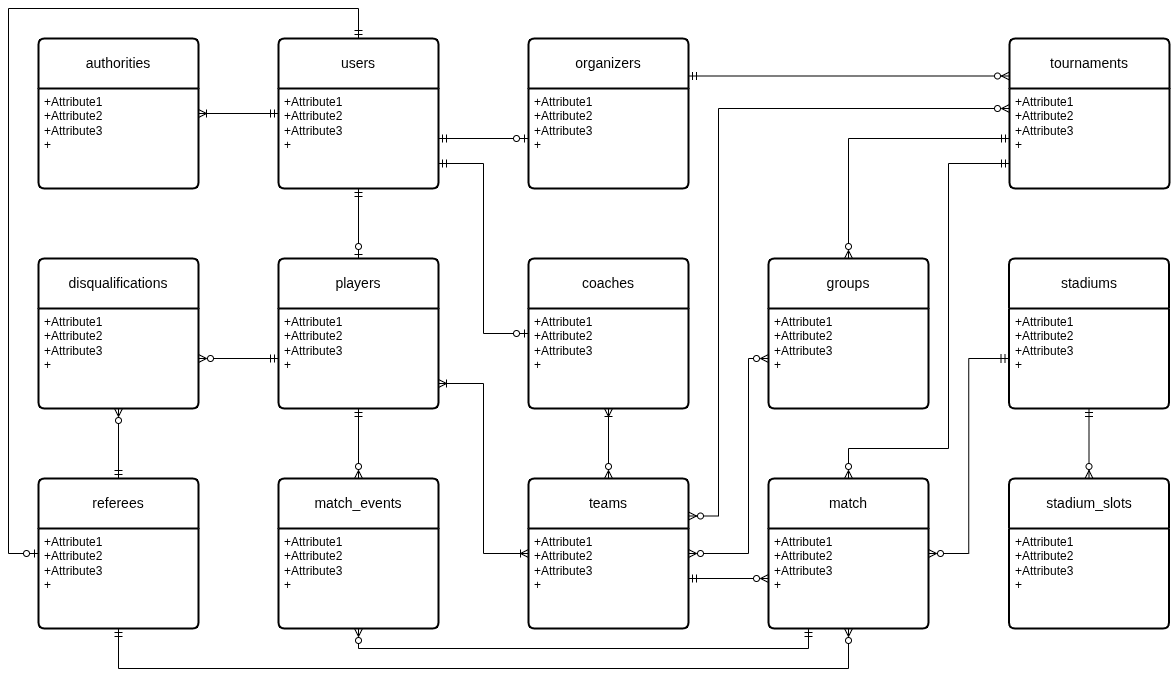
vodobryshkin/is-course-work-0 keeps this draw.io diagram as presentation/er-diagramm.png. Above is the earlier version. Source tidied: cells renumbered, new cells last; positions are measured from the earlier drawing's top-left corner, leaving out a move shared by most shapes.
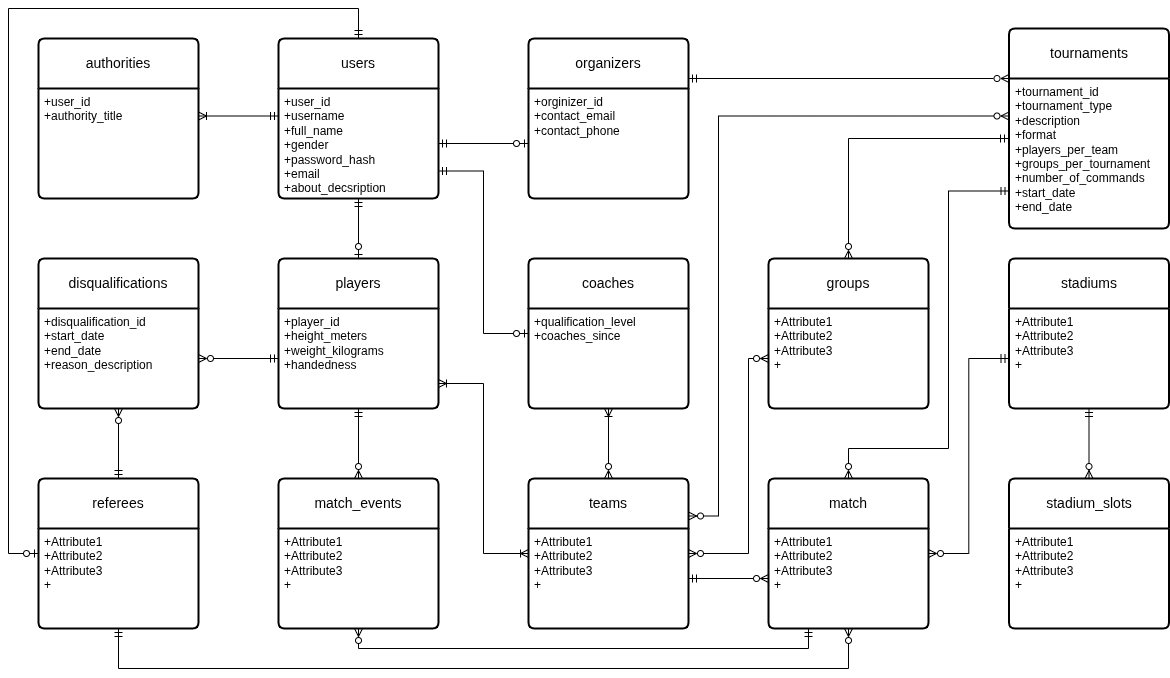
The same diagram one commit later.

Commit message:
Добавил атрибуты на часть сущностей

What changed in the source:
```diff
@@ -13,7 +13,7 @@
         <Array as="points">
           <mxPoint x="840" y="440" />
           <mxPoint x="940" y="440" />
-          <mxPoint x="940" y="155" />
+          <mxPoint x="940" y="183" />
         </Array>
       </mxGeometry>
     </mxCell>
@@ -42,13 +42,14 @@
       <mxGeometry y="50" width="160" height="100" as="geometry" />
     </mxCell>
     <mxCell id="13" value="tournaments" style="swimlane;horizontal=1;startSize=50;rounded=1;fontSize=14;fontStyle=0;strokeWidth=2;shadow=0;dashed=0;align=center;arcSize=4;whiteSpace=wrap;html=1;" parent="1" vertex="1">
-      <mxGeometry x="1001" y="30" width="160" height="150" as="geometry" />
+      <mxGeometry x="1000.5" y="20" width="160" height="200" as="geometry" />
     </mxCell>
-    <mxCell id="14" value="+Attribute1&lt;br&gt;+Attribute2&lt;br&gt;+Attribute3&lt;br&gt;+" style="align=left;strokeColor=none;fillColor=none;spacingLeft=4;fontSize=12;verticalAlign=top;html=1;" parent="13" vertex="1">
-      <mxGeometry y="50" width="160" height="100" as="geometry" />
+    <mxCell id="14" value="+tournament_id&lt;br&gt;+tournament_type&lt;br&gt;+description&lt;br&gt;+format&lt;br&gt;+players_per_team&lt;br&gt;+groups_per_tournament&lt;br&gt;+number_of_commands&lt;br&gt;+start_date&lt;br&gt;+end_date" style="align=left;strokeColor=none;fillColor=none;spacingLeft=4;fontSize=12;verticalAlign=top;html=1;" parent="13" vertex="1">
+      <mxGeometry y="50" width="160" height="150" as="geometry" />
     </mxCell>
-    <mxCell id="15" style="edgeStyle=orthogonalEdgeStyle;rounded=0;jettySize=auto;html=1;entryX=0;entryY=0.5;entryDx=0;entryDy=0;endArrow=ERmandOne;endFill=0;startArrow=ERzeroToMany;startFill=0;" parent="1" edge="1" source="16" target="14">
+    <mxCell id="15" style="edgeStyle=orthogonalEdgeStyle;rounded=0;jettySize=auto;html=1;endArrow=ERmandOne;endFill=0;startArrow=ERzeroToMany;startFill=0;" parent="1" edge="1" source="16">
       <mxGeometry relative="1" as="geometry">
+        <mxPoint x="1000" y="130" as="targetPoint" />
         <Array as="points">
           <mxPoint x="840" y="130" />
         </Array>
@@ -66,7 +67,7 @@
     <mxCell id="19" value="coaches" style="swimlane;horizontal=1;startSize=50;rounded=1;fontSize=14;fontStyle=0;strokeWidth=2;shadow=0;dashed=0;align=center;arcSize=4;whiteSpace=wrap;html=1;" parent="1" vertex="1">
       <mxGeometry x="520" y="250" width="160" height="150" as="geometry" />
     </mxCell>
-    <mxCell id="20" value="+Attribute1&lt;br&gt;+Attribute2&lt;br&gt;+Attribute3&lt;br&gt;+" style="align=left;strokeColor=none;fillColor=none;spacingLeft=4;fontSize=12;verticalAlign=top;html=1;" parent="19" vertex="1">
+    <mxCell id="20" value="+qualification_level&lt;br&gt;+coaches_since" style="align=left;strokeColor=none;fillColor=none;spacingLeft=4;fontSize=12;verticalAlign=top;html=1;" parent="19" vertex="1">
       <mxGeometry y="50" width="160" height="100" as="geometry" />
     </mxCell>
     <mxCell id="21" style="edgeStyle=orthogonalEdgeStyle;rounded=0;jettySize=auto;html=1;entryX=0.5;entryY=1;entryDx=0;entryDy=0;endArrow=ERzeroToMany;endFill=0;startArrow=ERmandOne;startFill=0;" parent="1" edge="1" source="23" target="34">
@@ -99,35 +100,35 @@
     <mxCell id="28" value="players" style="swimlane;horizontal=1;startSize=50;rounded=1;fontSize=14;fontStyle=0;strokeWidth=2;shadow=0;dashed=0;align=center;arcSize=4;whiteSpace=wrap;html=1;" parent="1" vertex="1">
       <mxGeometry x="270" y="250" width="160" height="150" as="geometry" />
     </mxCell>
-    <mxCell id="29" value="+Attribute1&lt;br&gt;+Attribute2&lt;br&gt;+Attribute3&lt;br&gt;+" style="align=left;strokeColor=none;fillColor=none;spacingLeft=4;fontSize=12;verticalAlign=top;html=1;" parent="28" vertex="1">
+    <mxCell id="29" value="+player_id&lt;br&gt;+height_meters&lt;br&gt;+weight_kilograms&lt;br&gt;+handedness" style="align=left;strokeColor=none;fillColor=none;spacingLeft=4;fontSize=12;verticalAlign=top;html=1;" parent="28" vertex="1">
       <mxGeometry y="50" width="160" height="100" as="geometry" />
     </mxCell>
     <mxCell id="30" style="edgeStyle=orthogonalEdgeStyle;rounded=0;jettySize=auto;html=1;entryX=0;entryY=0.25;entryDx=0;entryDy=0;exitX=1;exitY=0.25;exitDx=0;exitDy=0;startArrow=ERmandOne;startFill=0;endArrow=ERzeroToMany;endFill=0;" parent="1" edge="1" source="31" target="13">
       <mxGeometry relative="1" as="geometry" />
     </mxCell>
     <mxCell id="31" value="organizers" style="swimlane;horizontal=1;startSize=50;rounded=1;fontSize=14;fontStyle=0;strokeWidth=2;shadow=0;dashed=0;align=center;arcSize=4;whiteSpace=wrap;html=1;" parent="1" vertex="1">
-      <mxGeometry x="520" y="30" width="160" height="150" as="geometry" />
+      <mxGeometry x="520" y="30" width="160" height="160" as="geometry" />
     </mxCell>
-    <mxCell id="32" value="+Attribute1&lt;br&gt;+Attribute2&lt;br&gt;+Attribute3&lt;br&gt;+" style="align=left;strokeColor=none;fillColor=none;spacingLeft=4;fontSize=12;verticalAlign=top;html=1;" parent="31" vertex="1">
-      <mxGeometry y="50" width="160" height="100" as="geometry" />
+    <mxCell id="32" value="+orginizer_id&lt;br&gt;+contact_email&lt;br&gt;+contact_phone" style="align=left;strokeColor=none;fillColor=none;spacingLeft=4;fontSize=12;verticalAlign=top;html=1;" parent="31" vertex="1">
+      <mxGeometry y="50" width="160" height="110" as="geometry" />
     </mxCell>
     <mxCell id="33" value="disqualifications" style="swimlane;horizontal=1;startSize=50;rounded=1;fontSize=14;fontStyle=0;strokeWidth=2;shadow=0;dashed=0;align=center;arcSize=4;whiteSpace=wrap;html=1;" parent="1" vertex="1">
       <mxGeometry x="30" y="250" width="160" height="150" as="geometry" />
     </mxCell>
-    <mxCell id="34" value="+Attribute1&lt;br&gt;+Attribute2&lt;br&gt;+Attribute3&lt;br&gt;+" style="align=left;strokeColor=none;fillColor=none;spacingLeft=4;fontSize=12;verticalAlign=top;html=1;" parent="33" vertex="1">
+    <mxCell id="34" value="+disqualification_id&lt;br&gt;+start_date&lt;br&gt;+end_date&lt;br&gt;+reason_description" style="align=left;strokeColor=none;fillColor=none;spacingLeft=4;fontSize=12;verticalAlign=top;html=1;" parent="33" vertex="1">
       <mxGeometry y="50" width="160" height="100" as="geometry" />
     </mxCell>
     <mxCell id="35" value="authorities" style="swimlane;horizontal=1;startSize=50;rounded=1;fontSize=14;fontStyle=0;strokeWidth=2;shadow=0;dashed=0;align=center;arcSize=4;whiteSpace=wrap;html=1;" parent="1" vertex="1">
-      <mxGeometry x="30" y="30" width="160" height="150" as="geometry" />
+      <mxGeometry x="30" y="30" width="160" height="160" as="geometry" />
     </mxCell>
-    <mxCell id="36" value="+Attribute1&lt;br&gt;+Attribute2&lt;br&gt;+Attribute3&lt;br&gt;+" style="align=left;strokeColor=none;fillColor=none;spacingLeft=4;fontSize=12;verticalAlign=top;html=1;" parent="35" vertex="1">
-      <mxGeometry y="50" width="160" height="100" as="geometry" />
+    <mxCell id="36" value="+user_id&lt;br&gt;+authority_title" style="align=left;strokeColor=none;fillColor=none;spacingLeft=4;fontSize=12;verticalAlign=top;html=1;" parent="35" vertex="1">
+      <mxGeometry y="50" width="160" height="110" as="geometry" />
     </mxCell>
     <mxCell id="37" value="users" style="swimlane;horizontal=1;startSize=50;rounded=1;fontSize=14;fontStyle=0;strokeWidth=2;shadow=0;dashed=0;align=center;arcSize=4;whiteSpace=wrap;html=1;" parent="1" vertex="1">
-      <mxGeometry x="270" y="30" width="160" height="150" as="geometry" />
+      <mxGeometry x="270" y="30" width="160" height="160" as="geometry" />
     </mxCell>
-    <mxCell id="38" value="+Attribute1&lt;br&gt;+Attribute2&lt;br&gt;+Attribute3&lt;br&gt;+" style="align=left;strokeColor=none;fillColor=none;spacingLeft=4;fontSize=12;verticalAlign=top;html=1;" parent="37" vertex="1">
-      <mxGeometry y="50" width="160" height="100" as="geometry" />
+    <mxCell id="38" value="+user_id&lt;br&gt;+username&lt;br&gt;+full_name&lt;br&gt;+gender&lt;br&gt;+password_hash&lt;br&gt;+email&lt;br&gt;+about_decsription" style="align=left;strokeColor=none;fillColor=none;spacingLeft=4;fontSize=12;verticalAlign=top;html=1;" parent="37" vertex="1">
+      <mxGeometry y="50" width="160" height="110" as="geometry" />
     </mxCell>
     <mxCell id="39" style="edgeStyle=orthogonalEdgeStyle;rounded=0;jettySize=auto;html=1;entryX=1;entryY=0.25;entryDx=0;entryDy=0;endArrow=ERzeroToMany;endFill=0;startArrow=ERmandOne;startFill=0;" parent="1" edge="1" source="3" target="6">
       <mxGeometry relative="1" as="geometry" />
@@ -151,12 +152,10 @@
     <mxCell id="42" style="edgeStyle=orthogonalEdgeStyle;rounded=0;jettySize=auto;html=1;entryX=1;entryY=0.5;entryDx=0;entryDy=0;startArrow=ERzeroToMany;startFill=0;endArrow=ERmandOne;endFill=0;" parent="1" edge="1" source="6" target="26">
       <mxGeometry relative="1" as="geometry" />
     </mxCell>
-    <mxCell id="43" style="edgeStyle=orthogonalEdgeStyle;rounded=0;jettySize=auto;html=1;entryX=1;entryY=0.25;entryDx=0;entryDy=0;startArrow=ERzeroToMany;startFill=0;endArrow=ERzeroToMany;endFill=0;" parent="1" edge="1" target="25">
+    <mxCell id="43" style="edgeStyle=orthogonalEdgeStyle;rounded=0;jettySize=auto;html=1;entryX=1;entryY=0.25;entryDx=0;entryDy=0;startArrow=ERzeroToMany;startFill=0;endArrow=ERzeroToMany;endFill=0;exitX=0;exitY=0.25;exitDx=0;exitDy=0;" parent="1" edge="1" source="14" target="25">
       <mxGeometry relative="1" as="geometry">
-        <mxPoint x="1001" y="100" as="sourcePoint" />
         <Array as="points">
-          <mxPoint x="1001" y="100" />
-          <mxPoint x="710" y="100" />
+          <mxPoint x="710" y="108" />
           <mxPoint x="710" y="508" />
         </Array>
       </mxGeometry>
@@ -181,7 +180,7 @@
     <mxCell id="48" style="edgeStyle=orthogonalEdgeStyle;rounded=0;jettySize=auto;html=1;entryX=0;entryY=0.5;entryDx=0;entryDy=0;startArrow=ERmandOne;startFill=0;endArrow=ERzeroToOne;endFill=0;" parent="1" edge="1" source="38" target="32">
       <mxGeometry relative="1" as="geometry" />
     </mxCell>
-    <mxCell id="49" style="edgeStyle=orthogonalEdgeStyle;rounded=0;jettySize=auto;html=1;exitX=0;exitY=0.25;exitDx=0;exitDy=0;entryX=1;entryY=0.25;entryDx=0;entryDy=0;startArrow=ERmandOne;startFill=0;endArrow=ERoneToMany;endFill=0;" parent="1" edge="1" source="38" target="36">
+    <mxCell id="49" style="edgeStyle=orthogonalEdgeStyle;rounded=0;jettySize=auto;html=1;exitX=0;exitY=0.25;exitDx=0;exitDy=0;startArrow=ERmandOne;startFill=0;endArrow=ERoneToMany;endFill=0;entryX=1;entryY=0.25;entryDx=0;entryDy=0;" parent="1" edge="1" source="38" target="36">
       <mxGeometry relative="1" as="geometry" />
     </mxCell>
   </root>
```
